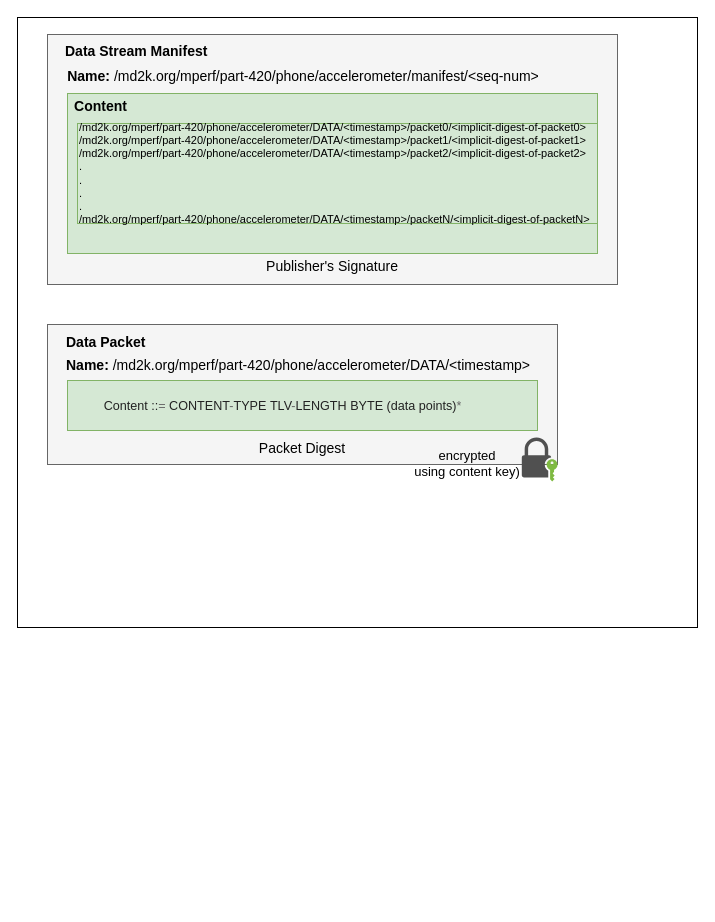
Earlier version of the draw.io diagram page "misc" (3 of 3) of docs/mGuard .drawio (dulalsaurab/new-mguard). Source tidied: cells renumbered, new cells numbered last; positions are measured from the earlier drawing's top-left corner, leaving out a move shared by most shapes. Both pictures are drawn from the tidied source at 100%, with x=0, y=0 at pixel (17, 17).
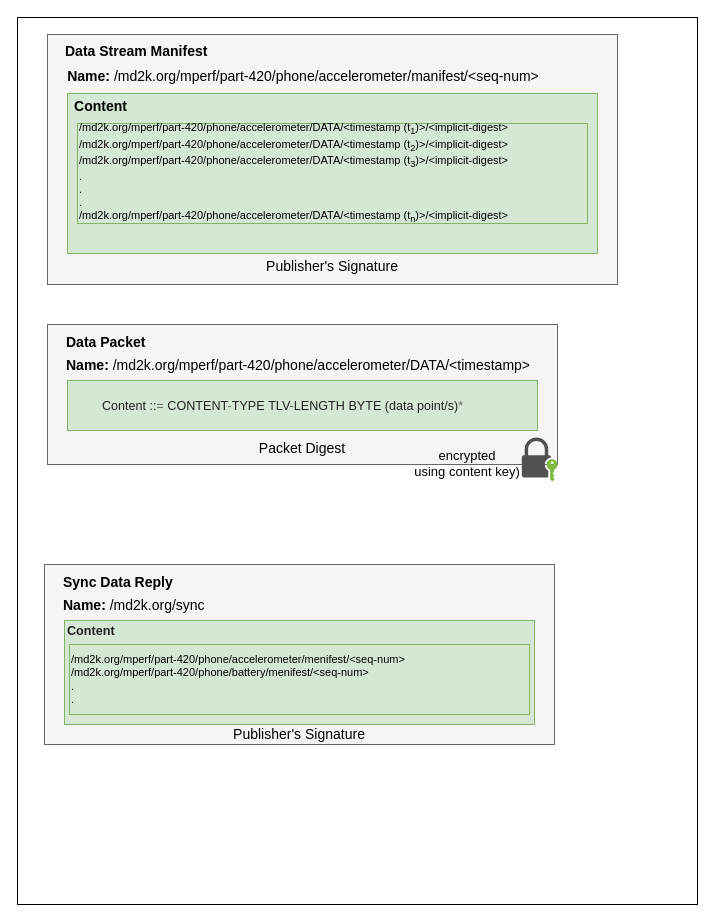
After the change.

The edit, as a diff of the source:
```diff
@@
     <mxCell id="2" style="rounded=0;whiteSpace=wrap;html=1;glass=0;fontSize=13;fillColor=#ffffff;" parent="1" vertex="1">
-      <mxGeometry width="680" height="610" as="geometry" />
+      <mxGeometry width="680" height="887" as="geometry" />
     </mxCell>
@@
-    <mxCell id="6" value="/md2k.org/mperf/part-420/phone/accelerometer/DATA/&amp;lt;timestamp&amp;gt;/packet0/&amp;lt;implicit-digest-of-packet0&amp;gt;&lt;br&gt;/md2k.org/mperf/part-420/phone/accelerometer/DATA/&amp;lt;timestamp&amp;gt;/packet1/&amp;lt;implicit-digest-of-packet1&amp;gt;&lt;br&gt;/md2k.org/mperf/part-420/phone/accelerometer/DATA/&amp;lt;timestamp&amp;gt;/packet2/&amp;lt;implicit-digest-of-packet2&amp;gt;&lt;br&gt;.&lt;br&gt;.&lt;br&gt;.&lt;br&gt;.&lt;br&gt;/md2k.org/mperf/part-420/phone/accelerometer/DATA/&amp;lt;timestamp&amp;gt;/packetN/&amp;lt;implicit-digest-of-packetN&amp;gt;" style="text;html=1;strokeColor=#82b366;fillColor=#d5e8d4;align=left;verticalAlign=middle;whiteSpace=wrap;rounded=0;fontStyle=0;fontSize=11;" parent="1" vertex="1">
-      <mxGeometry x="60" y="106" width="520" height="100" as="geometry" />
+    <mxCell id="6" value="/md2k.org/mperf/part-420/phone/accelerometer/DATA/&amp;lt;timestamp (t&lt;sub&gt;1&lt;/sub&gt;)&amp;gt;/&amp;lt;implicit-digest&amp;gt;&lt;br&gt;/md2k.org/mperf/part-420/phone/accelerometer/DATA/&amp;lt;timestamp (t&lt;sub&gt;2&lt;/sub&gt;)&amp;gt;/&amp;lt;implicit-digest&amp;gt;&lt;br&gt;/md2k.org/mperf/part-420/phone/accelerometer/DATA/&amp;lt;timestamp (t&lt;sub&gt;3&lt;/sub&gt;)&amp;gt;/&amp;lt;implicit-digest&amp;gt;&lt;br&gt;.&lt;br&gt;.&lt;br&gt;.&lt;br&gt;/md2k.org/mperf/part-420/phone/accelerometer/DATA/&amp;lt;timestamp (t&lt;sub&gt;n&lt;/sub&gt;)&amp;gt;/&amp;lt;implicit-digest&amp;gt;" style="text;html=1;strokeColor=#82b366;fillColor=#d5e8d4;align=left;verticalAlign=middle;whiteSpace=wrap;rounded=0;fontStyle=0;fontSize=11;" parent="1" vertex="1">
+      <mxGeometry x="60" y="106" width="510" height="100" as="geometry" />
     </mxCell>
@@
-    <mxCell id="11" value="&amp;nbsp; &amp;nbsp; &amp;nbsp; &amp;nbsp; &amp;nbsp; &amp;nbsp; &amp;nbsp; &amp;nbsp; &amp;nbsp; &amp;nbsp; &amp;nbsp; &amp;nbsp; &amp;nbsp; &amp;nbsp; &amp;nbsp; &amp;nbsp; &amp;nbsp; &amp;nbsp; &amp;nbsp; &amp;nbsp; &amp;nbsp; &amp;nbsp; &amp;nbsp; &amp;nbsp; &amp;nbsp; &amp;nbsp; &amp;nbsp; &amp;nbsp; &amp;nbsp; &amp;nbsp; &amp;nbsp; &amp;nbsp; &amp;nbsp; &amp;nbsp; &amp;nbsp; &amp;nbsp; &amp;nbsp; &amp;nbsp; &amp;nbsp; &amp;nbsp; &amp;nbsp; &amp;nbsp; &amp;nbsp; &amp;nbsp; &amp;nbsp; &amp;nbsp; &amp;nbsp; &amp;nbsp; &amp;nbsp; &amp;nbsp; &amp;nbsp; &amp;nbsp;&amp;nbsp;&lt;br&gt;&lt;span style=&quot;background-color: rgb(213 , 232 , 212)&quot;&gt;&lt;span class=&quot;n&quot; style=&quot;color: rgb(34 , 34 , 34) ; font-size: 0.9em ; text-align: left ; margin: 0px ; padding: 0px ; box-sizing: border-box&quot;&gt;Content&lt;/span&gt;&lt;span style=&quot;color: rgb(34 , 34 , 34) ; font-size: 0.9em ; text-align: left&quot;&gt; &lt;/span&gt;&lt;span class=&quot;p&quot; style=&quot;color: rgb(34 , 34 , 34) ; font-size: 0.9em ; text-align: left ; margin: 0px ; padding: 0px ; box-sizing: border-box&quot;&gt;::&lt;/span&gt;&lt;span class=&quot;o&quot; style=&quot;font-size: 0.9em ; text-align: left ; margin: 0px ; padding: 0px ; box-sizing: border-box ; color: rgb(102 , 102 , 102)&quot;&gt;=&lt;/span&gt;&lt;span style=&quot;color: rgb(34 , 34 , 34) ; font-size: 0.9em ; text-align: left&quot;&gt; &lt;/span&gt;&lt;span class=&quot;n&quot; style=&quot;color: rgb(34 , 34 , 34) ; font-size: 0.9em ; text-align: left ; margin: 0px ; padding: 0px ; box-sizing: border-box&quot;&gt;CONTENT&lt;/span&gt;&lt;span class=&quot;o&quot; style=&quot;font-size: 0.9em ; text-align: left ; margin: 0px ; padding: 0px ; box-sizing: border-box ; color: rgb(102 , 102 , 102)&quot;&gt;-&lt;/span&gt;&lt;span class=&quot;n&quot; style=&quot;color: rgb(34 , 34 , 34) ; font-size: 0.9em ; text-align: left ; margin: 0px ; padding: 0px ; box-sizing: border-box&quot;&gt;TYPE&amp;nbsp;&lt;/span&gt;&lt;span class=&quot;n&quot; style=&quot;color: rgb(34 , 34 , 34) ; font-size: 0.9em ; text-align: left ; margin: 0px ; padding: 0px ; box-sizing: border-box&quot;&gt;TLV&lt;/span&gt;&lt;span class=&quot;o&quot; style=&quot;font-size: 0.9em ; text-align: left ; margin: 0px ; padding: 0px ; box-sizing: border-box ; color: rgb(102 , 102 , 102)&quot;&gt;-&lt;/span&gt;&lt;span class=&quot;n&quot; style=&quot;color: rgb(34 , 34 , 34) ; font-size: 0.9em ; text-align: left ; margin: 0px ; padding: 0px ; box-sizing: border-box&quot;&gt;LENGTH&lt;/span&gt;&lt;span style=&quot;color: rgb(34 , 34 , 34) ; font-size: 0.9em ; text-align: left&quot;&gt; &lt;/span&gt;&lt;span class=&quot;n&quot; style=&quot;color: rgb(34 , 34 , 34) ; font-size: 0.9em ; text-align: left ; margin: 0px ; padding: 0px ; box-sizing: border-box&quot;&gt;BYTE (data points)&lt;/span&gt;&lt;span class=&quot;o&quot; style=&quot;font-size: 0.9em ; text-align: left ; margin: 0px ; padding: 0px ; box-sizing: border-box ; color: rgb(102 , 102 , 102)&quot;&gt;*&lt;/span&gt;&lt;/span&gt;&lt;span&gt;&lt;span style=&quot;background-color: rgb(213 , 232 , 212)&quot;&gt;&amp;nbsp; &amp;nbsp; &amp;nbsp; &amp;nbsp; &amp;nbsp;&amp;nbsp;&lt;/span&gt;&lt;br&gt;&lt;br&gt;&lt;/span&gt;" style="rounded=0;whiteSpace=wrap;html=1;fontSize=14;fillColor=#d5e8d4;strokeColor=#82b366;" parent="1" vertex="1">
+    <mxCell id="11" value="&amp;nbsp; &amp;nbsp; &amp;nbsp; &amp;nbsp; &amp;nbsp; &amp;nbsp; &amp;nbsp; &amp;nbsp; &amp;nbsp; &amp;nbsp; &amp;nbsp; &amp;nbsp; &amp;nbsp; &amp;nbsp; &amp;nbsp; &amp;nbsp; &amp;nbsp; &amp;nbsp; &amp;nbsp; &amp;nbsp; &amp;nbsp; &amp;nbsp; &amp;nbsp; &amp;nbsp; &amp;nbsp; &amp;nbsp; &amp;nbsp; &amp;nbsp; &amp;nbsp; &amp;nbsp; &amp;nbsp; &amp;nbsp; &amp;nbsp; &amp;nbsp; &amp;nbsp; &amp;nbsp; &amp;nbsp; &amp;nbsp; &amp;nbsp; &amp;nbsp; &amp;nbsp; &amp;nbsp; &amp;nbsp; &amp;nbsp; &amp;nbsp; &amp;nbsp; &amp;nbsp; &amp;nbsp; &amp;nbsp; &amp;nbsp; &amp;nbsp; &amp;nbsp;&amp;nbsp;&lt;br&gt;&lt;span style=&quot;background-color: rgb(213 , 232 , 212)&quot;&gt;&lt;span class=&quot;n&quot; style=&quot;color: rgb(34 , 34 , 34) ; font-size: 0.9em ; text-align: left ; margin: 0px ; padding: 0px ; box-sizing: border-box&quot;&gt;Content&lt;/span&gt;&lt;span style=&quot;color: rgb(34 , 34 , 34) ; font-size: 0.9em ; text-align: left&quot;&gt; &lt;/span&gt;&lt;span class=&quot;p&quot; style=&quot;color: rgb(34 , 34 , 34) ; font-size: 0.9em ; text-align: left ; margin: 0px ; padding: 0px ; box-sizing: border-box&quot;&gt;::&lt;/span&gt;&lt;span class=&quot;o&quot; style=&quot;font-size: 0.9em ; text-align: left ; margin: 0px ; padding: 0px ; box-sizing: border-box ; color: rgb(102 , 102 , 102)&quot;&gt;=&lt;/span&gt;&lt;span style=&quot;color: rgb(34 , 34 , 34) ; font-size: 0.9em ; text-align: left&quot;&gt; &lt;/span&gt;&lt;span class=&quot;n&quot; style=&quot;color: rgb(34 , 34 , 34) ; font-size: 0.9em ; text-align: left ; margin: 0px ; padding: 0px ; box-sizing: border-box&quot;&gt;CONTENT&lt;/span&gt;&lt;span class=&quot;o&quot; style=&quot;font-size: 0.9em ; text-align: left ; margin: 0px ; padding: 0px ; box-sizing: border-box ; color: rgb(102 , 102 , 102)&quot;&gt;-&lt;/span&gt;&lt;span class=&quot;n&quot; style=&quot;color: rgb(34 , 34 , 34) ; font-size: 0.9em ; text-align: left ; margin: 0px ; padding: 0px ; box-sizing: border-box&quot;&gt;TYPE&amp;nbsp;&lt;/span&gt;&lt;span class=&quot;n&quot; style=&quot;color: rgb(34 , 34 , 34) ; font-size: 0.9em ; text-align: left ; margin: 0px ; padding: 0px ; box-sizing: border-box&quot;&gt;TLV&lt;/span&gt;&lt;span class=&quot;o&quot; style=&quot;font-size: 0.9em ; text-align: left ; margin: 0px ; padding: 0px ; box-sizing: border-box ; color: rgb(102 , 102 , 102)&quot;&gt;-&lt;/span&gt;&lt;span class=&quot;n&quot; style=&quot;color: rgb(34 , 34 , 34) ; font-size: 0.9em ; text-align: left ; margin: 0px ; padding: 0px ; box-sizing: border-box&quot;&gt;LENGTH&lt;/span&gt;&lt;span style=&quot;color: rgb(34 , 34 , 34) ; font-size: 0.9em ; text-align: left&quot;&gt; &lt;/span&gt;&lt;span class=&quot;n&quot; style=&quot;color: rgb(34 , 34 , 34) ; font-size: 0.9em ; text-align: left ; margin: 0px ; padding: 0px ; box-sizing: border-box&quot;&gt;BYTE (data point/s)&lt;/span&gt;&lt;span class=&quot;o&quot; style=&quot;font-size: 0.9em ; text-align: left ; margin: 0px ; padding: 0px ; box-sizing: border-box ; color: rgb(102 , 102 , 102)&quot;&gt;*&lt;/span&gt;&lt;/span&gt;&lt;span&gt;&lt;span style=&quot;background-color: rgb(213 , 232 , 212)&quot;&gt;&amp;nbsp; &amp;nbsp; &amp;nbsp; &amp;nbsp; &amp;nbsp;&amp;nbsp;&lt;/span&gt;&lt;br&gt;&lt;br&gt;&lt;/span&gt;" style="rounded=0;whiteSpace=wrap;html=1;fontSize=14;fillColor=#d5e8d4;strokeColor=#82b366;" parent="1" vertex="1">
       <mxGeometry x="50" y="363" width="470" height="50" as="geometry" />
     </mxCell>
@@
+    <mxCell id="16" value="&lt;br&gt;&lt;br&gt;&lt;br&gt;&lt;br&gt;&lt;br&gt;" style="rounded=0;whiteSpace=wrap;html=1;fillColor=#f5f5f5;strokeColor=#666666;fontColor=#333333;" parent="1" vertex="1">
+      <mxGeometry x="27" y="547" width="510" height="180" as="geometry" />
+    </mxCell>
+    <mxCell id="17" value="&lt;div&gt;&lt;/div&gt;&lt;b&gt;Name:&lt;/b&gt; /md2k.org/sync" style="text;html=1;strokeColor=none;fillColor=none;align=left;verticalAlign=middle;whiteSpace=wrap;rounded=0;fontStyle=0;fontSize=14;" parent="1" vertex="1">
+      <mxGeometry x="44" y="573" width="490" height="30" as="geometry" />
+    </mxCell>
+    <mxCell id="18" value="&amp;nbsp; &amp;nbsp; &amp;nbsp; &amp;nbsp; &amp;nbsp; &amp;nbsp; &amp;nbsp; &amp;nbsp; &amp;nbsp; &amp;nbsp; &amp;nbsp; &amp;nbsp; &amp;nbsp; &amp;nbsp; &amp;nbsp; &amp;nbsp; &amp;nbsp; &amp;nbsp; &amp;nbsp; &amp;nbsp; &amp;nbsp; &amp;nbsp; &amp;nbsp; &amp;nbsp; &amp;nbsp; &amp;nbsp; &amp;nbsp; &amp;nbsp; &amp;nbsp; &amp;nbsp; &amp;nbsp; &amp;nbsp; &amp;nbsp; &amp;nbsp; &amp;nbsp; &amp;nbsp; &amp;nbsp; &amp;nbsp; &amp;nbsp; &amp;nbsp; &amp;nbsp; &amp;nbsp; &amp;nbsp; &amp;nbsp; &amp;nbsp; &amp;nbsp; &amp;nbsp; &amp;nbsp; &amp;nbsp; &amp;nbsp; &amp;nbsp; &amp;nbsp;&amp;nbsp;&lt;br&gt;&lt;span class=&quot;n&quot; style=&quot;background-color: rgb(213 , 232 , 212) ; color: rgb(34 , 34 , 34) ; font-size: 0.9em ; text-align: left ; margin: 0px ; padding: 0px ; box-sizing: border-box&quot;&gt;&lt;b&gt;Content&lt;/b&gt;&lt;/span&gt;&lt;span style=&quot;text-align: left&quot;&gt;&lt;font color=&quot;#222222&quot; style=&quot;background-color: rgb(213 , 232 , 212)&quot;&gt;&lt;span style=&quot;font-size: 0.9em&quot;&gt;&lt;b&gt;&amp;nbsp; &amp;nbsp; &amp;nbsp; &amp;nbsp; &amp;nbsp; &amp;nbsp; &amp;nbsp; &amp;nbsp; &amp;nbsp; &amp;nbsp; &amp;nbsp; &amp;nbsp; &amp;nbsp; &amp;nbsp; &amp;nbsp; &amp;nbsp; &amp;nbsp; &amp;nbsp; &amp;nbsp; &amp;nbsp; &amp;nbsp; &amp;nbsp; &amp;nbsp; &amp;nbsp; &amp;nbsp; &amp;nbsp; &amp;nbsp; &amp;nbsp; &amp;nbsp; &amp;nbsp; &amp;nbsp; &amp;nbsp; &amp;nbsp; &amp;nbsp; &amp;nbsp; &amp;nbsp; &amp;nbsp; &amp;nbsp; &amp;nbsp; &amp;nbsp; &amp;nbsp; &amp;nbsp; &amp;nbsp; &amp;nbsp; &amp;nbsp; &amp;nbsp; &amp;nbsp; &amp;nbsp; &amp;nbsp; &amp;nbsp; &amp;nbsp; &amp;nbsp; &amp;nbsp; &amp;nbsp; &amp;nbsp; &amp;nbsp; &amp;nbsp; &amp;nbsp; &amp;nbsp; &amp;nbsp;&lt;/b&gt;&lt;/span&gt;&lt;span style=&quot;font-size: 12.6px&quot;&gt;&lt;br&gt;&lt;/span&gt;&lt;/font&gt;&lt;div style=&quot;text-align: left&quot;&gt;&lt;b&gt;&lt;br&gt;&lt;/b&gt;&lt;/div&gt;&lt;div style=&quot;text-align: left&quot;&gt;&lt;br&gt;&lt;/div&gt;&lt;div style=&quot;text-align: left&quot;&gt;&lt;br&gt;&lt;/div&gt;&lt;div style=&quot;text-align: left&quot;&gt;&lt;br&gt;&lt;/div&gt;&lt;div style=&quot;text-align: left&quot;&gt;&lt;br&gt;&lt;/div&gt;&lt;/span&gt;&lt;span&gt;&lt;br&gt;&lt;/span&gt;" style="rounded=0;whiteSpace=wrap;html=1;fontSize=14;fillColor=#d5e8d4;strokeColor=#82b366;" parent="1" vertex="1">
+      <mxGeometry x="47" y="603" width="470" height="104" as="geometry" />
+    </mxCell>
+    <mxCell id="19" value="&lt;span style=&quot;font-size: 14px&quot;&gt;Publisher's Signature&lt;/span&gt;" style="text;html=1;strokeColor=none;fillColor=none;align=center;verticalAlign=middle;whiteSpace=wrap;rounded=0;fontSize=11;" parent="1" vertex="1">
+      <mxGeometry x="27" y="707" width="510" height="20" as="geometry" />
+    </mxCell>
+    <mxCell id="20" value="&lt;b style=&quot;font-size: 14px&quot;&gt;Sync Data Reply&lt;/b&gt;" style="text;html=1;strokeColor=none;fillColor=none;align=left;verticalAlign=middle;whiteSpace=wrap;rounded=0;fontSize=11;" parent="1" vertex="1">
+      <mxGeometry x="44" y="555" width="310" height="20" as="geometry" />
+    </mxCell>
+    <mxCell id="21" value="/md2k.org/mperf/part-420/phone/accelerometer/menifest/&amp;lt;seq-num&amp;gt;&lt;br&gt;/md2k.org/mperf/part-420/phone/battery/menifest/&amp;lt;seq-num&amp;gt;&lt;br&gt;.&lt;br&gt;." style="text;html=1;strokeColor=#82b366;fillColor=#d5e8d4;align=left;verticalAlign=middle;whiteSpace=wrap;rounded=0;fontStyle=0;fontSize=11;" parent="1" vertex="1">
+      <mxGeometry x="52" y="627" width="460" height="70" as="geometry" />
+    </mxCell>
```
